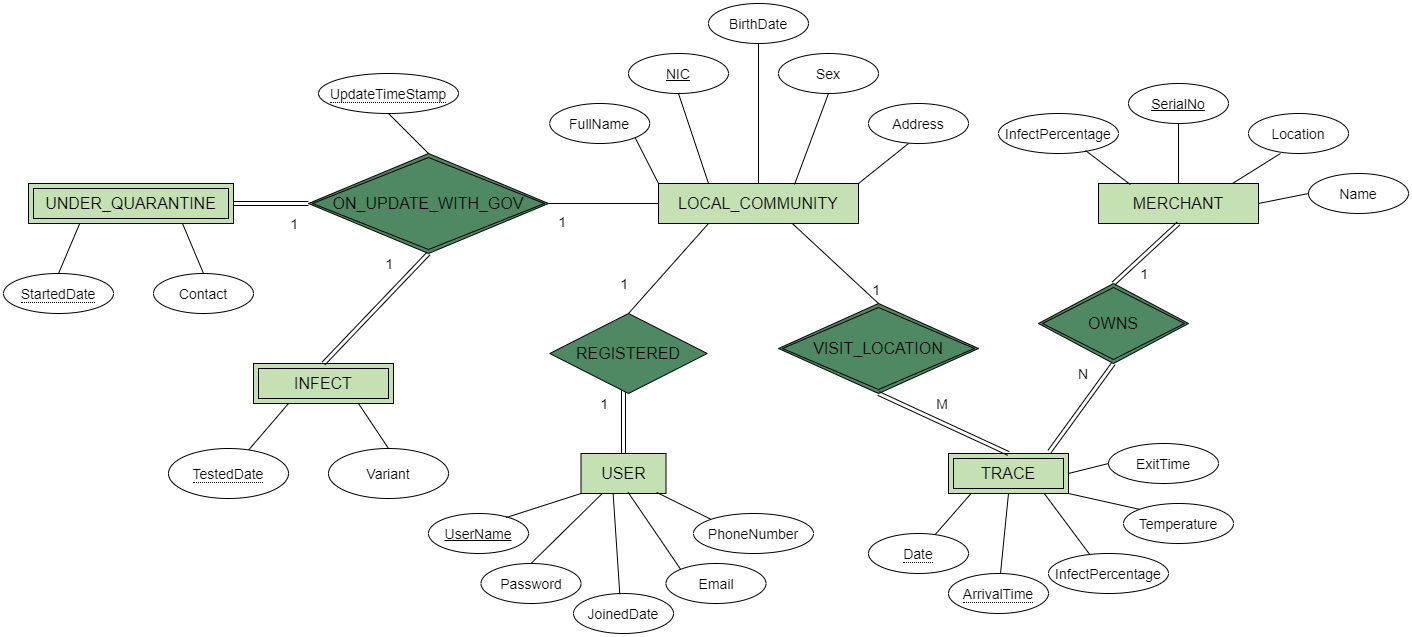
cepdnaclk/e17-3yp-Covid-Tracer keeps this draw.io diagram as Database system/Conceptual Schema-System.png. Above is the earlier version. Source tidied: cells renumbered, new cells last; positions are measured from the earlier drawing's top-left corner, leaving out a move shared by most shapes.
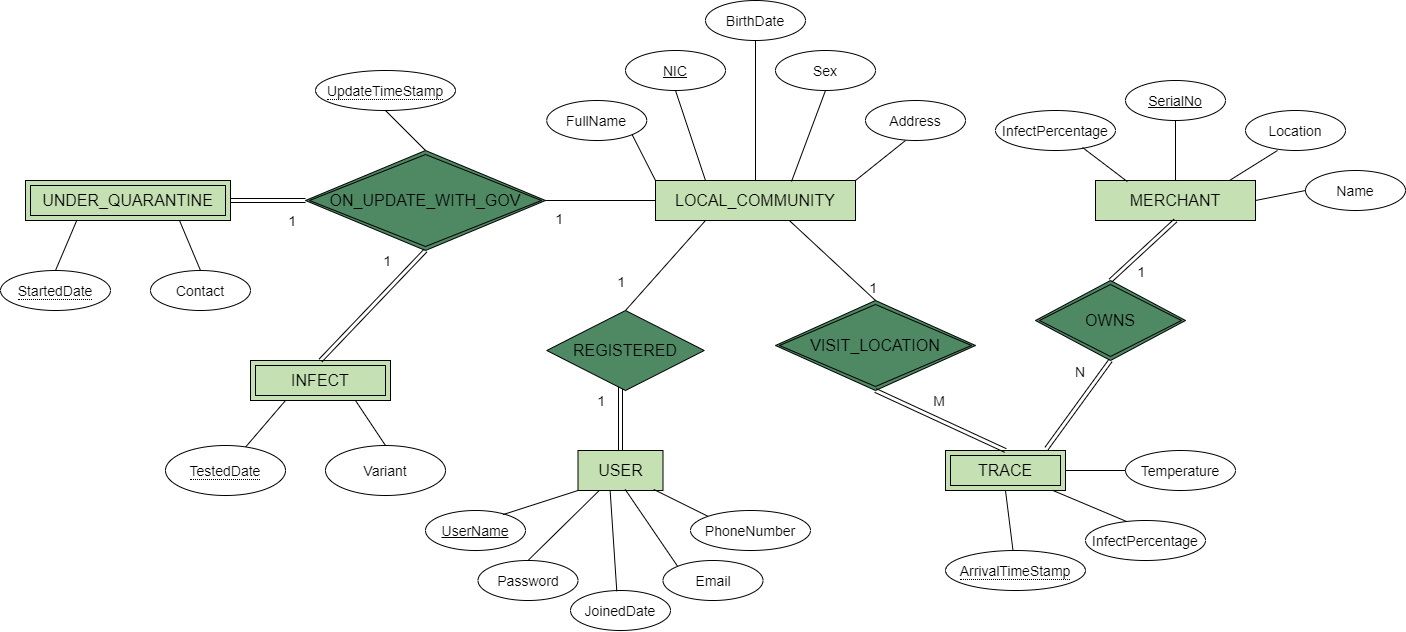
Later version of the same file.

Commit message:
removed exit time from trace

Diff of the diagram source:
```diff
@@ -86,26 +86,12 @@
     <mxCell id="25" style="endArrow=none;html=1;rounded=0;exitX=0.25;exitY=1;exitDx=0;exitDy=0;entryX=0.5;entryY=0;entryDx=0;entryDy=0;" parent="1" edge="1" source="13" target="23">
       <mxGeometry relative="1" as="geometry" />
     </mxCell>
-    <mxCell id="26" value="&lt;span style=&quot;font-size: 14px&quot;&gt;ExitTime&lt;/span&gt;" style="ellipse;whiteSpace=wrap;html=1;align=center;fillColor=#FFFFFF;" parent="1" vertex="1">
-      <mxGeometry x="1105" y="440" width="110" height="40" as="geometry" />
-    </mxCell>
-    <mxCell id="27" value="&lt;span style=&quot;border-bottom: 1px dotted&quot;&gt;&lt;font style=&quot;font-size: 14px&quot;&gt;ArrivalTime&lt;/font&gt;&lt;/span&gt;" style="ellipse;whiteSpace=wrap;html=1;align=center;fillColor=#FFFFFF;" parent="1" vertex="1">
-      <mxGeometry x="945" y="570" width="100" height="40" as="geometry" />
+    <mxCell id="27" value="&lt;span style=&quot;border-bottom: 1px dotted&quot;&gt;&lt;font style=&quot;font-size: 14px&quot;&gt;ArrivalTimeStamp&lt;/font&gt;&lt;/span&gt;" style="ellipse;whiteSpace=wrap;html=1;align=center;fillColor=#FFFFFF;" parent="1" vertex="1">
+      <mxGeometry x="945" y="550" width="140" height="40" as="geometry" />
     </mxCell>
-    <mxCell id="28" value="&lt;span style=&quot;border-bottom: 1px dotted&quot;&gt;&lt;font style=&quot;font-size: 14px&quot;&gt;Date&lt;/font&gt;&lt;/span&gt;" style="ellipse;whiteSpace=wrap;html=1;align=center;fillColor=#FFFFFF;" parent="1" vertex="1">
-      <mxGeometry x="865" y="530" width="100" height="40" as="geometry" />
-    </mxCell>
-    <mxCell id="29" style="endArrow=none;html=1;rounded=0;entryX=0.186;entryY=1.008;entryDx=0;entryDy=0;entryPerimeter=0;" parent="1" edge="1" source="28" target="14">
-      <mxGeometry relative="1" as="geometry" />
-    </mxCell>
-    <mxCell id="30" style="endArrow=none;html=1;rounded=0;" parent="1" edge="1" target="27">
-      <mxGeometry relative="1" as="geometry">
-        <mxPoint x="1005" y="490" as="sourcePoint" />
-      </mxGeometry>
+    <mxCell id="30" style="endArrow=none;html=1;rounded=0;exitX=0.5;exitY=1;exitDx=0;exitDy=0;" parent="1" edge="1" source="14" target="27">
+      <mxGeometry relative="1" as="geometry" />
     </mxCell>
-    <mxCell id="31" style="endArrow=none;html=1;rounded=0;exitX=1;exitY=0.5;exitDx=0;exitDy=0;entryX=0;entryY=0.5;entryDx=0;entryDy=0;" parent="1" edge="1" source="14" target="26">
-      <mxGeometry relative="1" as="geometry" />
-    </mxCell>
     <mxCell id="32" value="&lt;font style=&quot;font-size: 16px&quot;&gt;ON_UPDATE_WITH_GOV&lt;/font&gt;" style="shape=rhombus;double=1;perimeter=rhombusPerimeter;whiteSpace=wrap;html=1;align=center;fillColor=#4f8964;" parent="1" vertex="1">
       <mxGeometry x="305" y="150" width="240" height="100" as="geometry" />
     </mxCell>
@@ -219,9 +205,9 @@
       <mxGeometry x="690" y="510" width="120" height="40" as="geometry" />
     </mxCell>
     <mxCell id="64" value="&lt;span style=&quot;font-size: 14px&quot;&gt;Temperature&lt;/span&gt;" style="ellipse;whiteSpace=wrap;html=1;align=center;fillColor=#FFFFFF;" parent="1" vertex="1">
-      <mxGeometry x="1120" y="500" width="110" height="40" as="geometry" />
+      <mxGeometry x="1125" y="450" width="110" height="40" as="geometry" />
     </mxCell>
-    <mxCell id="65" style="endArrow=none;html=1;entryX=0;entryY=0;entryDx=0;entryDy=0;exitX=1;exitY=1;exitDx=0;exitDy=0;" parent="1" edge="1" source="14" target="64">
+    <mxCell id="65" style="endArrow=none;html=1;entryX=0;entryY=0.5;entryDx=0;entryDy=0;exitX=1;exitY=0.5;exitDx=0;exitDy=0;" parent="1" edge="1" source="14" target="64">
       <mxGeometry relative="1" as="geometry" />
     </mxCell>
     <mxCell id="66" style="endArrow=none;html=1;exitX=0;exitY=0;exitDx=0;exitDy=0;entryX=0.555;entryY=0.973;entryDx=0;entryDy=0;entryPerimeter=0;" parent="1" edge="1" source="7" target="13">
@@ -242,9 +228,9 @@
       </mxGeometry>
     </mxCell>
     <mxCell id="71" value="&lt;span style=&quot;font-size: 14px&quot;&gt;InfectPercentage&lt;/span&gt;" style="ellipse;whiteSpace=wrap;html=1;align=center;fillColor=#FFFFFF;" parent="1" vertex="1">
-      <mxGeometry x="1045" y="550" width="120" height="40" as="geometry" />
+      <mxGeometry x="1085" y="520" width="120" height="40" as="geometry" />
     </mxCell>
-    <mxCell id="72" style="endArrow=none;html=1;exitX=0.802;exitY=1.016;exitDx=0;exitDy=0;exitPerimeter=0;entryX=0.344;entryY=0.027;entryDx=0;entryDy=0;entryPerimeter=0;" parent="1" edge="1" source="14" target="71">
+    <mxCell id="72" style="endArrow=none;html=1;entryX=0.344;entryY=0.027;entryDx=0;entryDy=0;entryPerimeter=0;" parent="1" edge="1" source="14" target="71">
       <mxGeometry relative="1" as="geometry" />
     </mxCell>
     <mxCell id="73" value="&lt;span style=&quot;font-size: 14px&quot;&gt;JoinedDate&lt;/span&gt;" style="ellipse;whiteSpace=wrap;html=1;align=center;fillColor=#FFFFFF;" parent="1" vertex="1">
```
